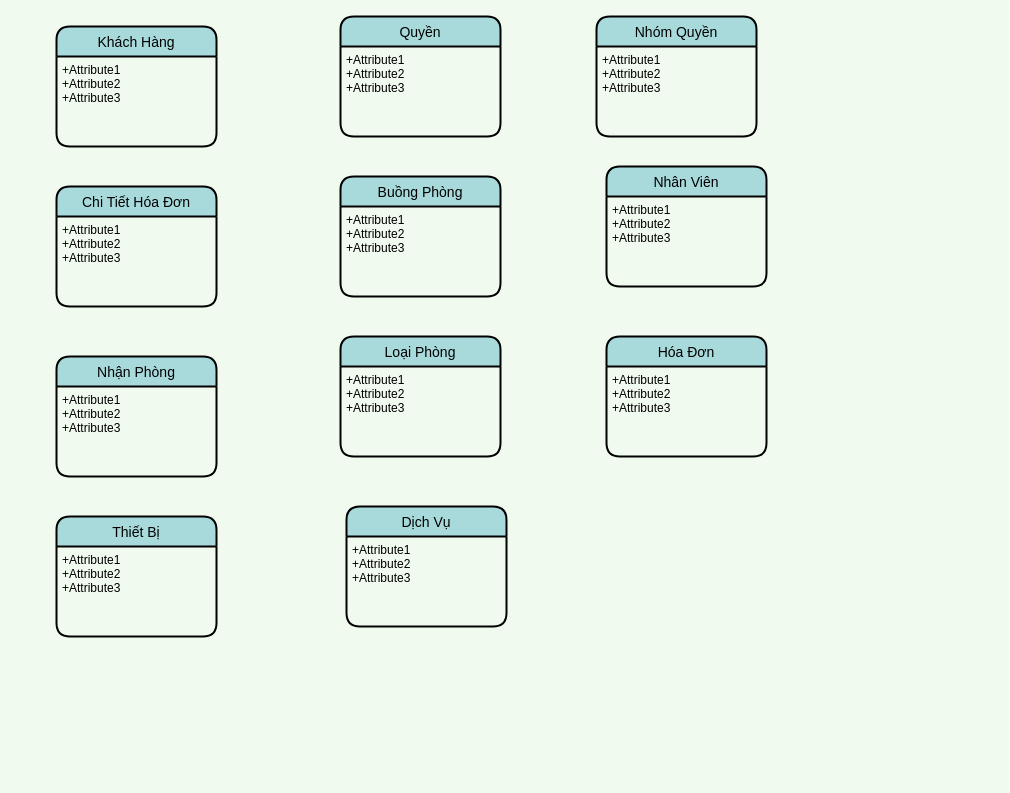
Before: Untitled Diagram.drawio in maialino123/QLKS, a draw.io diagram. Source tidied: cells renumbered, new cells numbered last; positions are measured from the earlier drawing's top-left corner, leaving out a move shared by most shapes. Both pictures are drawn from the tidied source at 100%, with x=0, y=0 at pixel (56, 16).
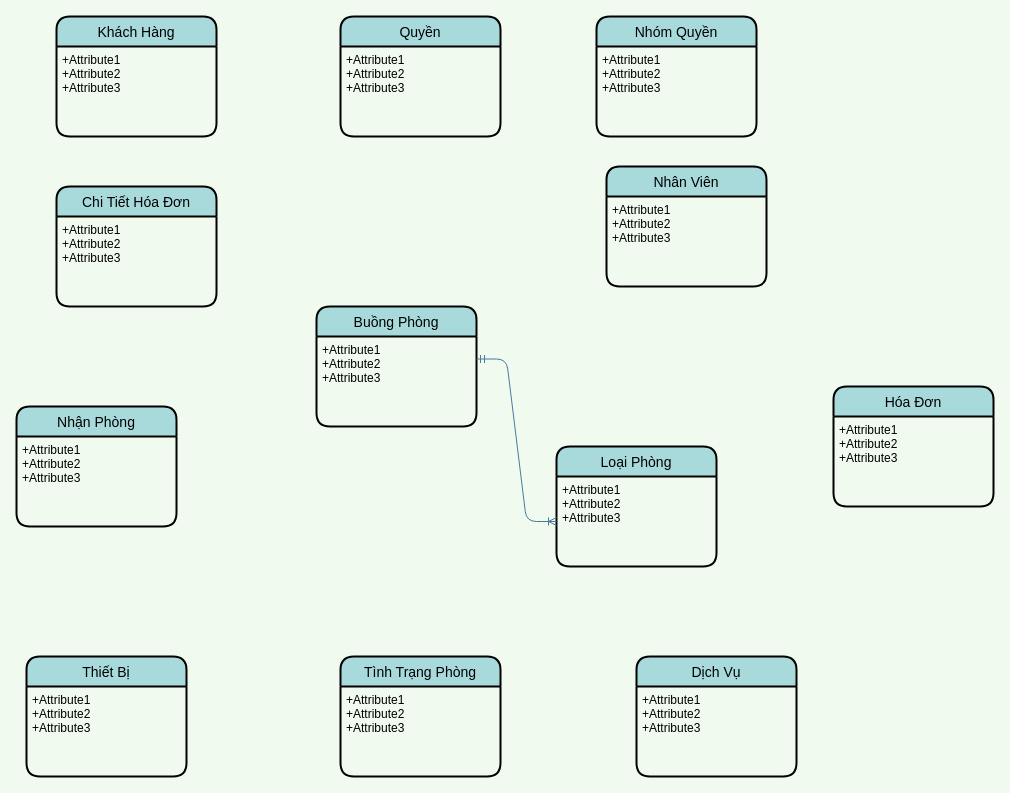
Above is the later version.

The change refers to these unchanged cells:
```xml
<mxCell id="5" value="+Attribute1&#10;+Attribute2&#10;+Attribute3" style="align=left;strokeColor=none;fillColor=none;spacingLeft=4;fontSize=12;verticalAlign=top;" parent="4" vertex="1">
  <mxGeometry y="30" width="160" height="90" as="geometry" />
</mxCell>
<mxCell id="9" value="+Attribute1&#10;+Attribute2&#10;+Attribute3" style="align=left;strokeColor=none;fillColor=none;spacingLeft=4;fontSize=12;verticalAlign=top;" parent="8" vertex="1">
  <mxGeometry y="30" width="160" height="90" as="geometry" />
</mxCell>
```

The edit, as a diff of the source:
```diff
@@
     <mxCell id="2" value="Khách Hàng" style="swimlane;horizontal=1;startSize=30;rounded=1;fontSize=14;fontStyle=0;strokeWidth=2;shadow=0;dashed=0;align=center;fillColor=#A8DADC;" parent="1" vertex="1">
-      <mxGeometry y="10" width="160" height="120" as="geometry" />
+      <mxGeometry width="160" height="120" as="geometry" />
     </mxCell>
@@
     <mxCell id="4" value="Buồng Phòng" style="swimlane;horizontal=1;startSize=30;rounded=1;fontSize=14;fontStyle=0;strokeWidth=2;shadow=0;dashed=0;align=center;fillColor=#A8DADC;" parent="1" vertex="1">
-      <mxGeometry x="284" y="160" width="160" height="120" as="geometry" />
+      <mxGeometry x="260" y="290" width="160" height="120" as="geometry" />
     </mxCell>
@@
     <mxCell id="8" value="Loại Phòng" style="swimlane;horizontal=1;startSize=30;rounded=1;fontSize=14;fontStyle=0;strokeWidth=2;shadow=0;dashed=0;align=center;fillColor=#A8DADC;" parent="1" vertex="1">
-      <mxGeometry x="284" y="320" width="160" height="120" as="geometry" />
+      <mxGeometry x="500" y="430" width="160" height="120" as="geometry" />
     </mxCell>
@@
     <mxCell id="10" value="Hóa Đơn" style="swimlane;horizontal=1;startSize=30;rounded=1;fontSize=14;fontStyle=0;strokeWidth=2;shadow=0;dashed=0;align=center;fillColor=#A8DADC;" parent="1" vertex="1">
-      <mxGeometry x="550" y="320" width="160" height="120" as="geometry" />
+      <mxGeometry x="777" y="370" width="160" height="120" as="geometry" />
     </mxCell>
@@
     <mxCell id="18" value="Nhận Phòng" style="swimlane;horizontal=1;startSize=30;rounded=1;fontSize=14;fontStyle=0;strokeWidth=2;shadow=0;dashed=0;align=center;fillColor=#A8DADC;" parent="1" vertex="1">
-      <mxGeometry y="340" width="160" height="120" as="geometry" />
+      <mxGeometry x="-40" y="390" width="160" height="120" as="geometry" />
     </mxCell>
@@
     <mxCell id="20" value="Thiết Bị" style="swimlane;horizontal=1;startSize=30;rounded=1;fontSize=14;fontStyle=0;strokeWidth=2;shadow=0;dashed=0;align=center;fillColor=#A8DADC;" parent="1" vertex="1">
-      <mxGeometry y="500" width="160" height="120" as="geometry" />
+      <mxGeometry x="-30" y="640" width="160" height="120" as="geometry" />
     </mxCell>
@@
     <mxCell id="22" value="Dịch Vụ" style="swimlane;horizontal=1;startSize=30;rounded=1;fontSize=14;fontStyle=0;strokeWidth=2;shadow=0;dashed=0;align=center;fillColor=#A8DADC;" parent="1" vertex="1">
-      <mxGeometry x="290" y="490" width="160" height="120" as="geometry" />
+      <mxGeometry x="580" y="640" width="160" height="120" as="geometry" />
     </mxCell>
@@
+    <mxCell id="24" value="Tình Trạng Phòng" style="swimlane;horizontal=1;startSize=30;rounded=1;fontSize=14;fontStyle=0;strokeWidth=2;shadow=0;dashed=0;align=center;fillColor=#A8DADC;" parent="1" vertex="1">
+      <mxGeometry x="284" y="640" width="160" height="120" as="geometry" />
+    </mxCell>
+    <mxCell id="25" value="+Attribute1&#10;+Attribute2&#10;+Attribute3" style="align=left;strokeColor=none;fillColor=none;spacingLeft=4;fontSize=12;verticalAlign=top;" parent="24" vertex="1">
+      <mxGeometry y="30" width="160" height="90" as="geometry" />
+    </mxCell>
+    <mxCell id="26" style="edgeStyle=entityRelationEdgeStyle;fontSize=12;html=1;endArrow=ERoneToMany;startArrow=ERmandOne;strokeColor=#457B9D;fillColor=#A8DADC;exitX=1;exitY=0.25;exitDx=0;exitDy=0;entryX=0;entryY=0.5;entryDx=0;entryDy=0;" parent="1" edge="1" source="5" target="9">
+      <mxGeometry relative="1" as="geometry" />
+    </mxCell>
```
